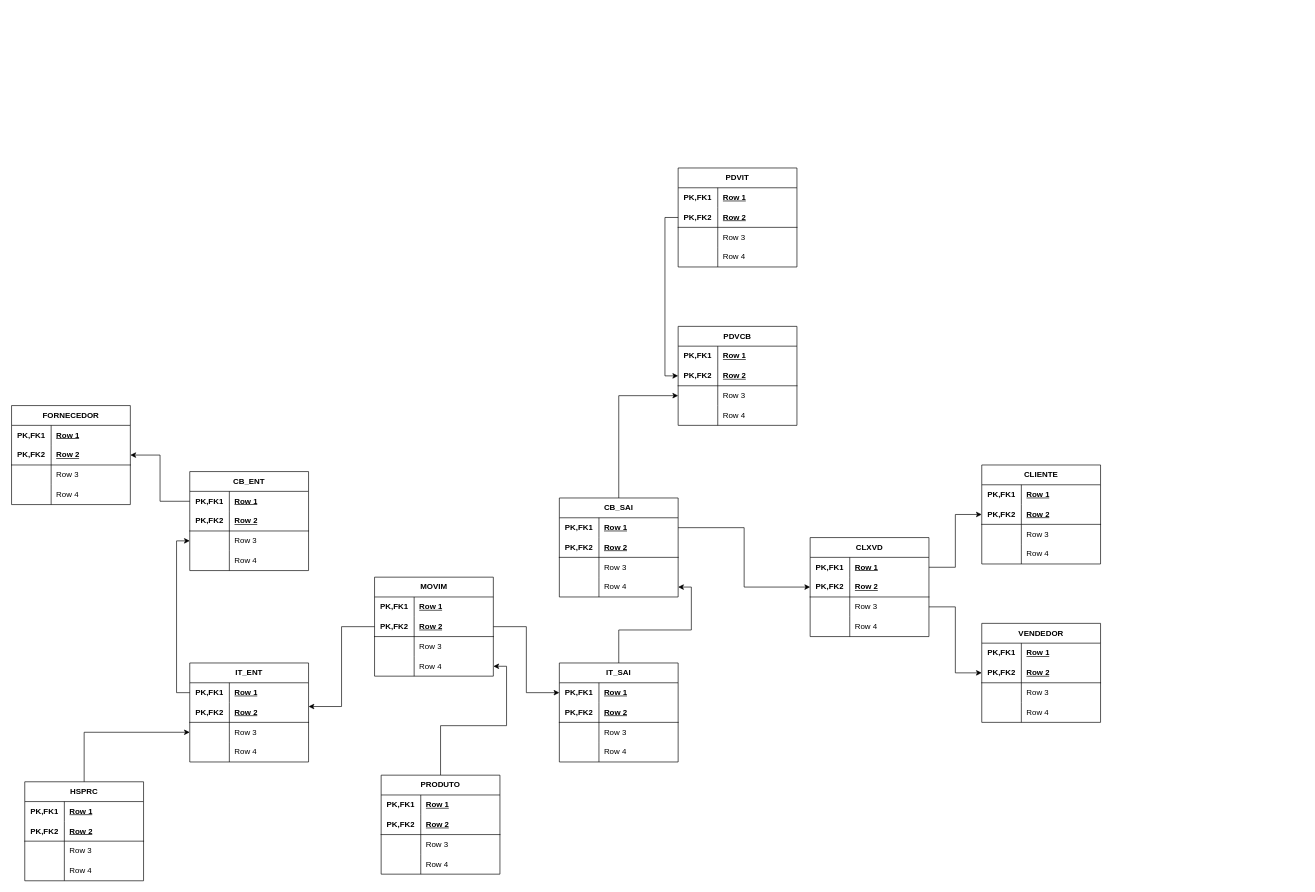
Above: UML/MER.drawio in HelenaNascimento/ControleBrind (draw.io), before the change. Source tidied: cells renumbered, new cells numbered last; positions are measured from the earlier drawing's top-left corner, leaving out a move shared by most shapes. Both pictures are drawn from the tidied source at 66%, with x=0, y=0 at pixel (11, 168).
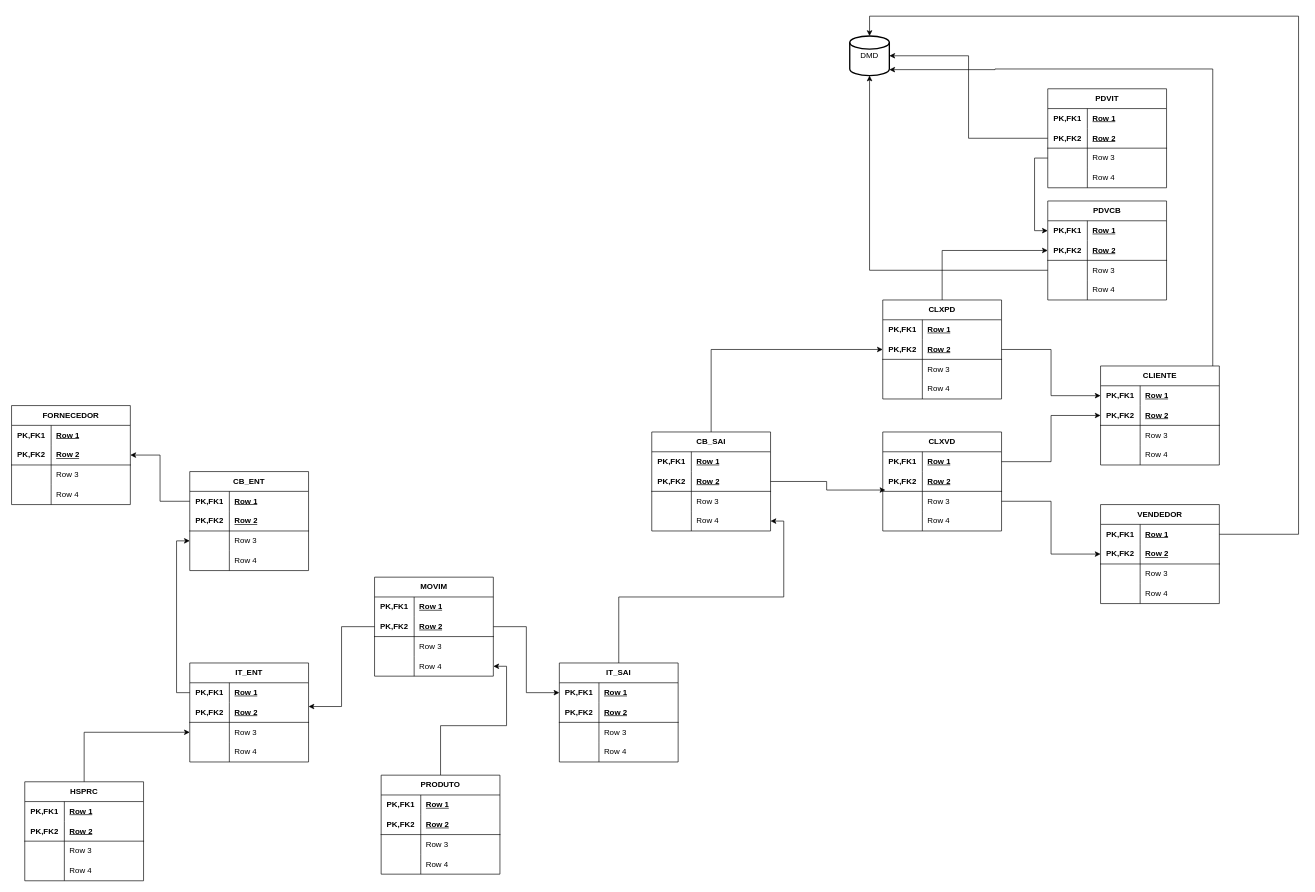
The same diagram, later.

Unchanged cells that the change refers to:
```xml
<mxCell id="16" style="shape=tableRow;horizontal=0;startSize=0;swimlaneHead=0;swimlaneBody=0;fillColor=none;points=[[0,0.5],[1,0.5]];portConstraint=eastwest;top=0;left=0;right=0;bottom=0;html=1;" parent="15" vertex="1">
  <mxGeometry y="30" width="180" height="30" as="geometry" />
</mxCell>
<mxCell id="29" style="shape=tableRow;horizontal=0;startSize=0;swimlaneHead=0;swimlaneBody=0;fillColor=none;points=[[0,0.5],[1,0.5]];portConstraint=eastwest;top=0;left=0;right=0;bottom=0;html=1;" parent="28" vertex="1">
  <mxGeometry y="30" width="180" height="30" as="geometry" />
</mxCell>
<mxCell id="110" style="shape=tableRow;horizontal=0;startSize=0;swimlaneHead=0;swimlaneBody=0;fillColor=none;points=[[0,0.5],[1,0.5]];portConstraint=eastwest;top=0;left=0;right=0;bottom=0;html=1;" parent="109" vertex="1">
  <mxGeometry y="30" width="180" height="30" as="geometry" />
</mxCell>
<mxCell id="126" style="shape=tableRow;horizontal=0;startSize=0;swimlaneHead=0;swimlaneBody=0;fillColor=none;points=[[0,0.5],[1,0.5]];portConstraint=eastwest;top=0;left=0;right=0;bottom=1;html=1;" parent="122" vertex="1">
  <mxGeometry y="60" width="180" height="30" as="geometry" />
</mxCell>
<mxCell id="136" style="shape=tableRow;horizontal=0;startSize=0;swimlaneHead=0;swimlaneBody=0;fillColor=none;points=[[0,0.5],[1,0.5]];portConstraint=eastwest;top=0;left=0;right=0;bottom=0;html=1;" parent="135" vertex="1">
  <mxGeometry y="30" width="180" height="30" as="geometry" />
</mxCell>
<mxCell id="139" style="shape=tableRow;horizontal=0;startSize=0;swimlaneHead=0;swimlaneBody=0;fillColor=none;points=[[0,0.5],[1,0.5]];portConstraint=eastwest;top=0;left=0;right=0;bottom=1;html=1;" parent="135" vertex="1">
  <mxGeometry y="60" width="180" height="30" as="geometry" />
</mxCell>
<mxCell id="142" style="shape=tableRow;horizontal=0;startSize=0;swimlaneHead=0;swimlaneBody=0;fillColor=none;points=[[0,0.5],[1,0.5]];portConstraint=eastwest;top=0;left=0;right=0;bottom=0;html=1;" parent="135" vertex="1">
  <mxGeometry y="90" width="180" height="30" as="geometry" />
</mxCell>
<mxCell id="152" style="shape=tableRow;horizontal=0;startSize=0;swimlaneHead=0;swimlaneBody=0;fillColor=none;points=[[0,0.5],[1,0.5]];portConstraint=eastwest;top=0;left=0;right=0;bottom=1;html=1;" parent="148" vertex="1">
  <mxGeometry y="60" width="180" height="30" as="geometry" />
</mxCell>
<mxCell id="155" style="shape=tableRow;horizontal=0;startSize=0;swimlaneHead=0;swimlaneBody=0;fillColor=none;points=[[0,0.5],[1,0.5]];portConstraint=eastwest;top=0;left=0;right=0;bottom=0;html=1;" parent="148" vertex="1">
  <mxGeometry y="90" width="180" height="30" as="geometry" />
</mxCell>
```

What changed in the source:
```diff
@@
     <mxCell id="15" value="VENDEDOR" style="shape=table;startSize=30;childLayout=tableLayout;rowLines=0;fontStyle=1;align=center;html=1;whiteSpace=wrap;" parent="1" vertex="1">
-      <mxGeometry x="1470" y="690" width="180" height="150" as="geometry" />
+      <mxGeometry x="1650" y="510" width="180" height="150" as="geometry" />
     </mxCell>
@@
     <mxCell id="28" value="CLIENTE" style="shape=table;startSize=30;childLayout=tableLayout;rowLines=0;fontStyle=1;align=center;html=1;whiteSpace=wrap;" parent="1" vertex="1">
-      <mxGeometry x="1470" y="450" width="180" height="150" as="geometry" />
+      <mxGeometry x="1650" y="300" width="180" height="150" as="geometry" />
     </mxCell>
@@
-    <mxCell id="108" style="edgeStyle=orthogonalEdgeStyle;rounded=0;jettySize=auto;html=1;entryX=0;entryY=0.5;entryDx=0;entryDy=0;" parent="1" edge="1" source="109" target="142">
-      <mxGeometry relative="1" as="geometry" />
-    </mxCell>
+    <mxCell id="183" style="edgeStyle=orthogonalEdgeStyle;rounded=0;jettySize=auto;html=1;entryX=0;entryY=0.5;entryDx=0;entryDy=0;" parent="1" edge="1" source="109" target="190">
+      <mxGeometry relative="1" as="geometry" />
+    </mxCell>
     <mxCell id="109" value="CB_SAI" style="shape=table;startSize=30;childLayout=tableLayout;rowLines=0;fontStyle=1;align=center;html=1;whiteSpace=wrap;" parent="1" vertex="1">
-      <mxGeometry x="830" y="500" width="180" height="150" as="geometry" />
+      <mxGeometry x="970" y="400" width="180" height="150" as="geometry" />
     </mxCell>
@@
     <mxCell id="122" value="CLXVD" style="shape=table;startSize=30;childLayout=tableLayout;rowLines=0;fontStyle=1;align=center;html=1;whiteSpace=wrap;" parent="1" vertex="1">
-      <mxGeometry x="1210" y="560" width="180" height="150" as="geometry" />
+      <mxGeometry x="1320" y="400" width="180" height="150" as="geometry" />
     </mxCell>
@@
     <mxCell id="135" value="PDVCB" style="shape=table;startSize=30;childLayout=tableLayout;rowLines=0;fontStyle=1;align=center;html=1;whiteSpace=wrap;" parent="1" vertex="1">
-      <mxGeometry x="1010" y="240" width="180" height="150" as="geometry" />
+      <mxGeometry x="1570" y="50" width="180" height="150" as="geometry" />
     </mxCell>
@@
     <mxCell id="148" value="PDVIT" style="shape=table;startSize=30;childLayout=tableLayout;rowLines=0;fontStyle=1;align=center;html=1;whiteSpace=wrap;" parent="1" vertex="1">
-      <mxGeometry x="1010" width="180" height="150" as="geometry" />
+      <mxGeometry x="1570" y="-120" width="180" height="150" as="geometry" />
     </mxCell>
@@
-    <mxCell id="179" style="edgeStyle=orthogonalEdgeStyle;rounded=0;jettySize=auto;html=1;entryX=0;entryY=0.5;entryDx=0;entryDy=0;" parent="1" edge="1" source="110" target="126">
-      <mxGeometry relative="1" as="geometry" />
-    </mxCell>
@@
-    <mxCell id="182" style="edgeStyle=orthogonalEdgeStyle;rounded=0;jettySize=auto;html=1;entryX=0;entryY=0.5;entryDx=0;entryDy=0;" parent="1" edge="1" source="152" target="139">
-      <mxGeometry relative="1" as="geometry" />
-    </mxCell>
+    <mxCell id="184" style="edgeStyle=orthogonalEdgeStyle;rounded=0;jettySize=auto;html=1;entryX=0.022;entryY=0.933;entryDx=0;entryDy=0;entryPerimeter=0;" parent="1" edge="1" source="109" target="126">
+      <mxGeometry relative="1" as="geometry" />
+    </mxCell>
+    <mxCell id="185" style="edgeStyle=orthogonalEdgeStyle;rounded=0;jettySize=auto;html=1;" parent="1" edge="1" source="186" target="139">
+      <mxGeometry relative="1" as="geometry" />
+    </mxCell>
+    <mxCell id="186" value="CLXPD" style="shape=table;startSize=30;childLayout=tableLayout;rowLines=0;fontStyle=1;align=center;html=1;whiteSpace=wrap;" parent="1" vertex="1">
+      <mxGeometry x="1320" y="200" width="180" height="150" as="geometry" />
+    </mxCell>
+    <mxCell id="187" style="shape=tableRow;horizontal=0;startSize=0;swimlaneHead=0;swimlaneBody=0;fillColor=none;top=0;left=0;right=0;bottom=0;html=1;" parent="186" vertex="1">
+      <mxGeometry y="30" width="180" height="30" as="geometry" />
+    </mxCell>
+    <mxCell id="188" value="PK,FK1" style="shape=partialRectangle;fillColor=none;top=0;left=0;bottom=0;right=0;fontStyle=1;overflow=hidden;html=1;whiteSpace=wrap;" parent="187" vertex="1">
+      <mxGeometry width="60" height="30" as="geometry" />
+    </mxCell>
+    <mxCell id="189" value="Row 1" style="shape=partialRectangle;fillColor=none;top=0;left=0;bottom=0;right=0;align=left;spacingLeft=6;fontStyle=5;overflow=hidden;html=1;whiteSpace=wrap;" parent="187" vertex="1">
+      <mxGeometry x="60" width="120" height="30" as="geometry" />
+    </mxCell>
+    <mxCell id="190" style="shape=tableRow;horizontal=0;startSize=0;swimlaneHead=0;swimlaneBody=0;fillColor=none;points=[[0,0.5],[1,0.5]];portConstraint=eastwest;top=0;left=0;right=0;bottom=1;html=1;" parent="186" vertex="1">
+      <mxGeometry y="60" width="180" height="30" as="geometry" />
+    </mxCell>
+    <mxCell id="191" value="PK,FK2" style="shape=partialRectangle;fillColor=none;top=0;left=0;bottom=0;right=0;fontStyle=1;overflow=hidden;html=1;whiteSpace=wrap;" parent="190" vertex="1">
+      <mxGeometry width="60" height="30" as="geometry" />
+    </mxCell>
+    <mxCell id="192" value="Row 2" style="shape=partialRectangle;fillColor=none;top=0;left=0;bottom=0;right=0;align=left;spacingLeft=6;fontStyle=5;overflow=hidden;html=1;whiteSpace=wrap;" parent="190" vertex="1">
+      <mxGeometry x="60" width="120" height="30" as="geometry" />
+    </mxCell>
+    <mxCell id="193" style="shape=tableRow;horizontal=0;startSize=0;swimlaneHead=0;swimlaneBody=0;fillColor=none;top=0;left=0;right=0;bottom=0;html=1;" parent="186" vertex="1">
+      <mxGeometry y="90" width="180" height="30" as="geometry" />
+    </mxCell>
+    <mxCell id="194" style="shape=partialRectangle;fillColor=none;top=0;left=0;bottom=0;right=0;overflow=hidden;html=1;whiteSpace=wrap;" parent="193" vertex="1">
+      <mxGeometry width="60" height="30" as="geometry" />
+    </mxCell>
+    <mxCell id="195" value="Row 3" style="shape=partialRectangle;fillColor=none;top=0;left=0;bottom=0;right=0;align=left;spacingLeft=6;overflow=hidden;html=1;whiteSpace=wrap;" parent="193" vertex="1">
+      <mxGeometry x="60" width="120" height="30" as="geometry" />
+    </mxCell>
+    <mxCell id="196" style="shape=tableRow;horizontal=0;startSize=0;swimlaneHead=0;swimlaneBody=0;fillColor=none;top=0;left=0;right=0;bottom=0;html=1;" parent="186" vertex="1">
+      <mxGeometry y="120" width="180" height="30" as="geometry" />
+    </mxCell>
+    <mxCell id="197" style="shape=partialRectangle;fillColor=none;top=0;left=0;bottom=0;right=0;overflow=hidden;html=1;whiteSpace=wrap;" parent="196" vertex="1">
+      <mxGeometry width="60" height="30" as="geometry" />
+    </mxCell>
+    <mxCell id="198" value="Row 4" style="shape=partialRectangle;fillColor=none;top=0;left=0;bottom=0;right=0;align=left;spacingLeft=6;overflow=hidden;html=1;whiteSpace=wrap;" parent="196" vertex="1">
+      <mxGeometry x="60" width="120" height="30" as="geometry" />
+    </mxCell>
+    <mxCell id="199" style="edgeStyle=orthogonalEdgeStyle;rounded=0;jettySize=auto;html=1;entryX=0;entryY=0.5;entryDx=0;entryDy=0;" parent="1" edge="1" source="190" target="29">
+      <mxGeometry relative="1" as="geometry" />
+    </mxCell>
+    <mxCell id="200" style="edgeStyle=orthogonalEdgeStyle;rounded=0;jettySize=auto;html=1;entryX=0;entryY=0.5;entryDx=0;entryDy=0;" parent="1" edge="1" source="155" target="136">
+      <mxGeometry relative="1" as="geometry" />
+    </mxCell>
+    <mxCell id="201" value="DMD" style="strokeWidth=2;html=1;shape=mxgraph.flowchart.database;whiteSpace=wrap;" parent="1" vertex="1">
+      <mxGeometry x="1270" y="-200" width="60" height="60" as="geometry" />
+    </mxCell>
+    <mxCell id="202" style="edgeStyle=orthogonalEdgeStyle;rounded=0;jettySize=auto;html=1;entryX=1;entryY=0.5;entryDx=0;entryDy=0;entryPerimeter=0;" parent="1" edge="1" source="148" target="201">
+      <mxGeometry relative="1" as="geometry" />
+    </mxCell>
+    <mxCell id="203" style="edgeStyle=orthogonalEdgeStyle;rounded=0;jettySize=auto;html=1;entryX=0.5;entryY=1;entryDx=0;entryDy=0;entryPerimeter=0;" parent="1" edge="1" source="142" target="201">
+      <mxGeometry relative="1" as="geometry" />
+    </mxCell>
+    <mxCell id="204" style="edgeStyle=orthogonalEdgeStyle;rounded=0;jettySize=auto;html=1;entryX=1;entryY=0.85;entryDx=0;entryDy=0;entryPerimeter=0;" parent="1" edge="1" source="28" target="201">
+      <mxGeometry relative="1" as="geometry">
+        <Array as="points">
+          <mxPoint x="1820" y="-150" />
+          <mxPoint x="1490" y="-150" />
+          <mxPoint x="1490" y="-149" />
+        </Array>
+      </mxGeometry>
+    </mxCell>
+    <mxCell id="205" style="edgeStyle=orthogonalEdgeStyle;rounded=0;jettySize=auto;html=1;entryX=0.5;entryY=0;entryDx=0;entryDy=0;entryPerimeter=0;" parent="1" edge="1" source="16" target="201">
+      <mxGeometry relative="1" as="geometry">
+        <Array as="points">
+          <mxPoint x="1950" y="555" />
+          <mxPoint x="1950" y="-230" />
+          <mxPoint x="1300" y="-230" />
+        </Array>
+      </mxGeometry>
+    </mxCell>
```
